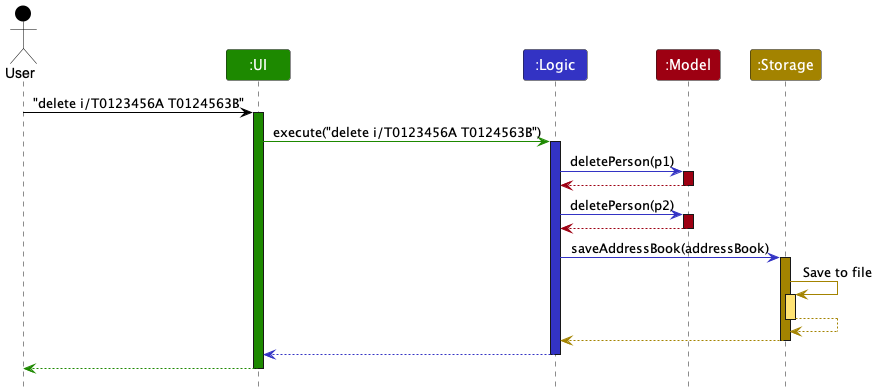
nus-cs2103-AY2223S2/tp keeps this PlantUML diagram as docs/images/BetterArchitectureSequenceDiagram.png. Above is the earlier version. Its diagram source:
```plantuml
@startuml
!include style.puml

Actor User as user USER_COLOR
Participant ":UI" as ui UI_COLOR
Participant ":Logic" as logic LOGIC_COLOR
Participant ":Model" as model MODEL_COLOR
Participant ":Storage" as storage STORAGE_COLOR

user -[USER_COLOR]> ui : "delete i/T0123456A T0124563B"
activate ui UI_COLOR

ui -[UI_COLOR]> logic : execute("delete i/T0123456A T0124563B")
activate logic LOGIC_COLOR

logic -[LOGIC_COLOR]> model : deletePerson(p1)
activate model MODEL_COLOR

model -[MODEL_COLOR]-> logic
deactivate model

logic -[LOGIC_COLOR]> model : deletePerson(p2)
activate model MODEL_COLOR

model -[MODEL_COLOR]-> logic
deactivate model

logic -[LOGIC_COLOR]> storage : saveAddressBook(addressBook)
activate storage STORAGE_COLOR

storage -[STORAGE_COLOR]> storage : Save to file
activate storage STORAGE_COLOR_T1
storage --[STORAGE_COLOR]> storage
deactivate storage

storage --[STORAGE_COLOR]> logic
deactivate storage

logic --[LOGIC_COLOR]> ui
deactivate logic

ui--[UI_COLOR]> user
deactivate ui
@enduml
```
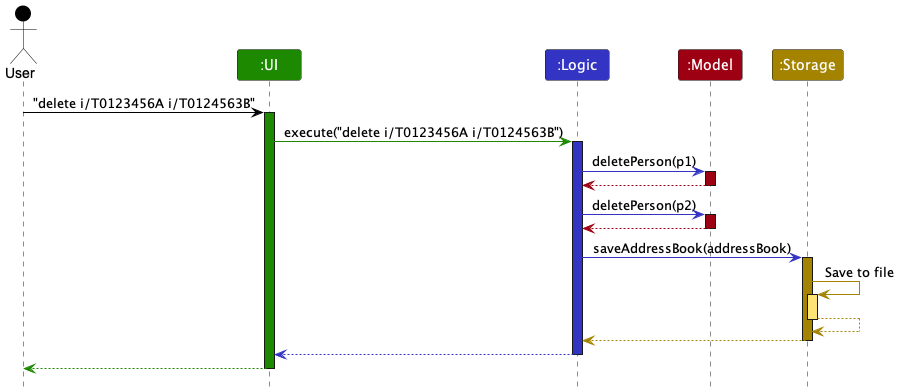
Above is the later version.

What changed in the source:
```diff
@@ -7,10 +7,10 @@
 Participant ":Model" as model MODEL_COLOR
 Participant ":Storage" as storage STORAGE_COLOR
 
-user -[USER_COLOR]> ui : "delete i/T0123456A T0124563B"
+user -[USER_COLOR]> ui : "delete i/T0123456A i/T0124563B"
 activate ui UI_COLOR
 
-ui -[UI_COLOR]> logic : execute("delete i/T0123456A T0124563B")
+ui -[UI_COLOR]> logic : execute("delete i/T0123456A i/T0124563B")
 activate logic LOGIC_COLOR
 
 logic -[LOGIC_COLOR]> model : deletePerson(p1)
```
